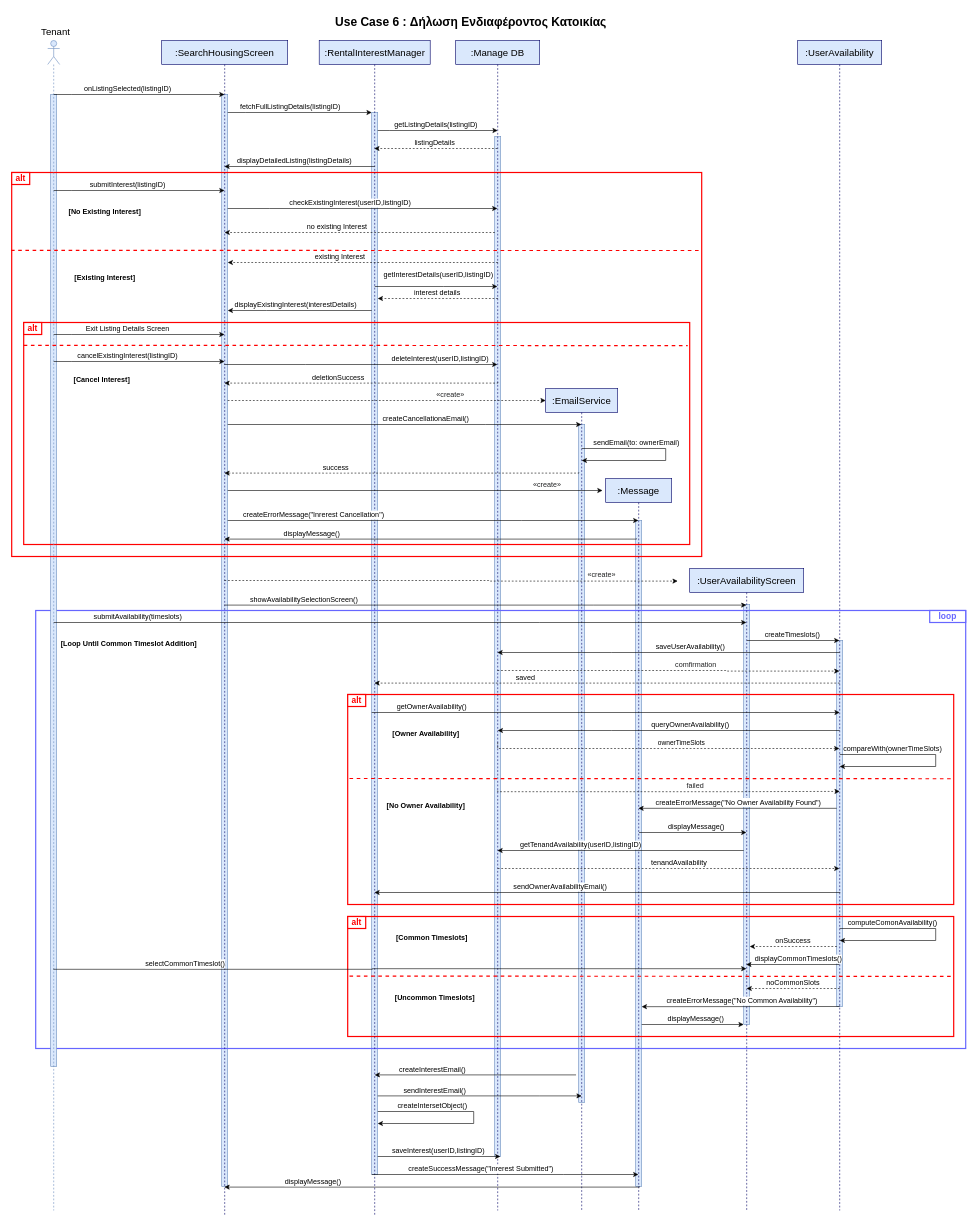
Above: page "use-case-6" (6 of 15) of FINAL DIAGRAMS/final_sequences.drawio in evelinastavropoulou/HomeLink (draw.io), before the change. Source tidied: cells renumbered, new cells numbered last; positions are measured from the earlier drawing's top-left corner, leaving out a move shared by most shapes. Both pictures are drawn from the tidied source at 60%, with x=0, y=0 at pixel (11, 10).
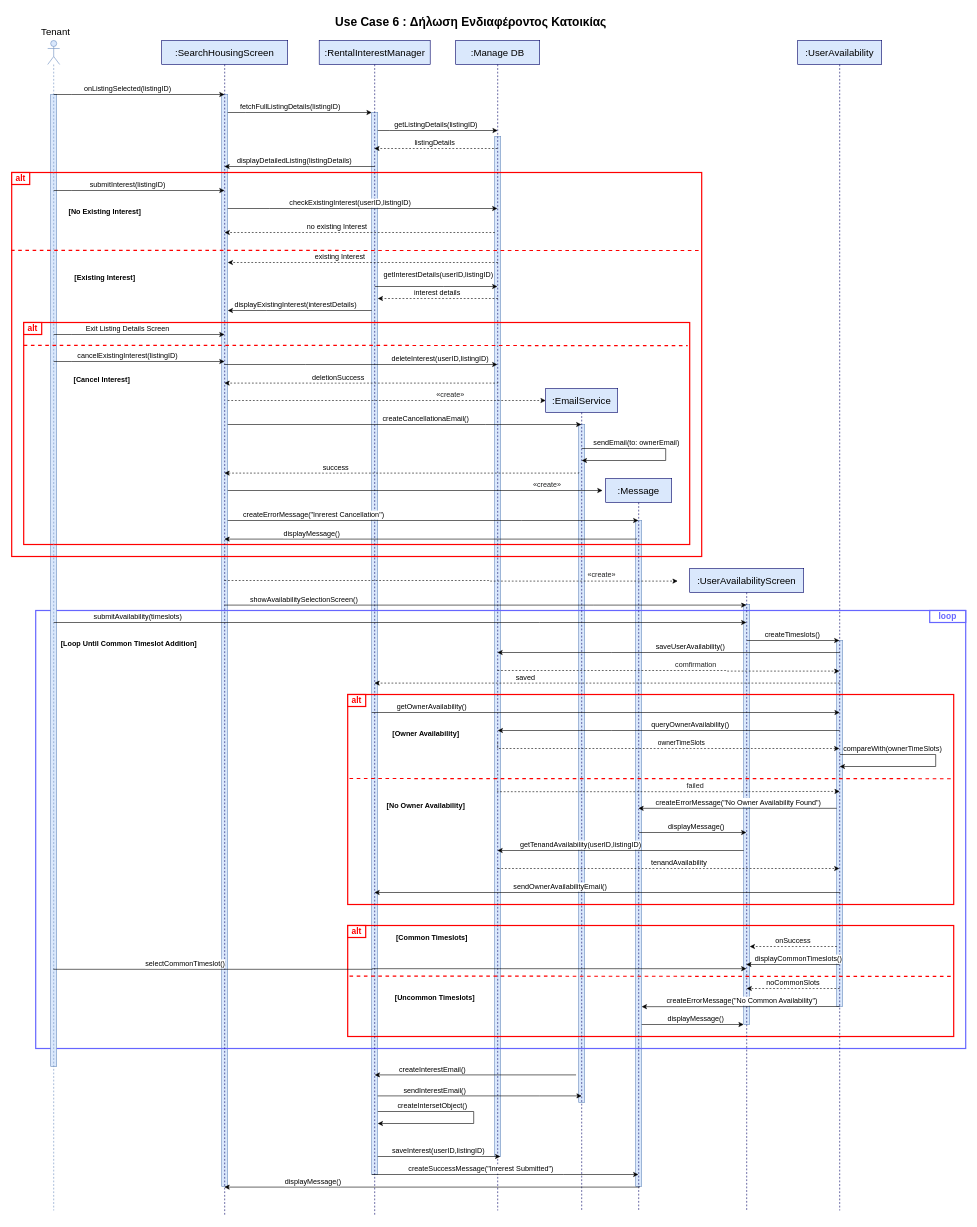
Above is the later version.

Change to the diagram source:
```diff
@@
     <mxCell id="11" style="rounded=0;whiteSpace=wrap;html=1;fillColor=none;strokeColor=#FF0000;strokeWidth=2;fontSize=14;" parent="1" vertex="1">
-      <mxGeometry x="560" y="1510" width="1010" height="200" as="geometry" />
+      <mxGeometry x="560" y="1525" width="1010" height="185" as="geometry" />
     </mxCell>
@@
-    <mxCell id="108" style="edgeStyle=orthogonalEdgeStyle;rounded=0;orthogonalLoop=1;jettySize=auto;html=1;curved=0;fontSize=14;" parent="1" edge="1">
-      <mxGeometry relative="1" as="geometry">
-        <mxPoint x="1380.1" y="1530" as="sourcePoint" />
-        <mxPoint x="1380" y="1550" as="targetPoint" />
-        <Array as="points">
-          <mxPoint x="1540" y="1530" />
-          <mxPoint x="1540" y="1550" />
-        </Array>
-      </mxGeometry>
-    </mxCell>
-    <mxCell id="109" value="computeComonAvailability()" style="edgeLabel;html=1;align=center;verticalAlign=middle;fontSize=12;" parent="108" vertex="1">
-      <mxGeometry x="0.48" y="-1" relative="1" as="geometry">
-        <mxPoint y="-29" as="offset" />
-      </mxGeometry>
-    </mxCell>
@@
     <mxCell id="120" value="alt" style="rounded=0;whiteSpace=wrap;html=1;strokeColor=#FF0000;strokeWidth=2;fontColor=#FF0000;fontStyle=1;fontSize=14;" parent="1" vertex="1">
-      <mxGeometry x="560" y="1510" width="30" height="20" as="geometry" />
+      <mxGeometry x="560" y="1525" width="30" height="20" as="geometry" />
     </mxCell>
```
